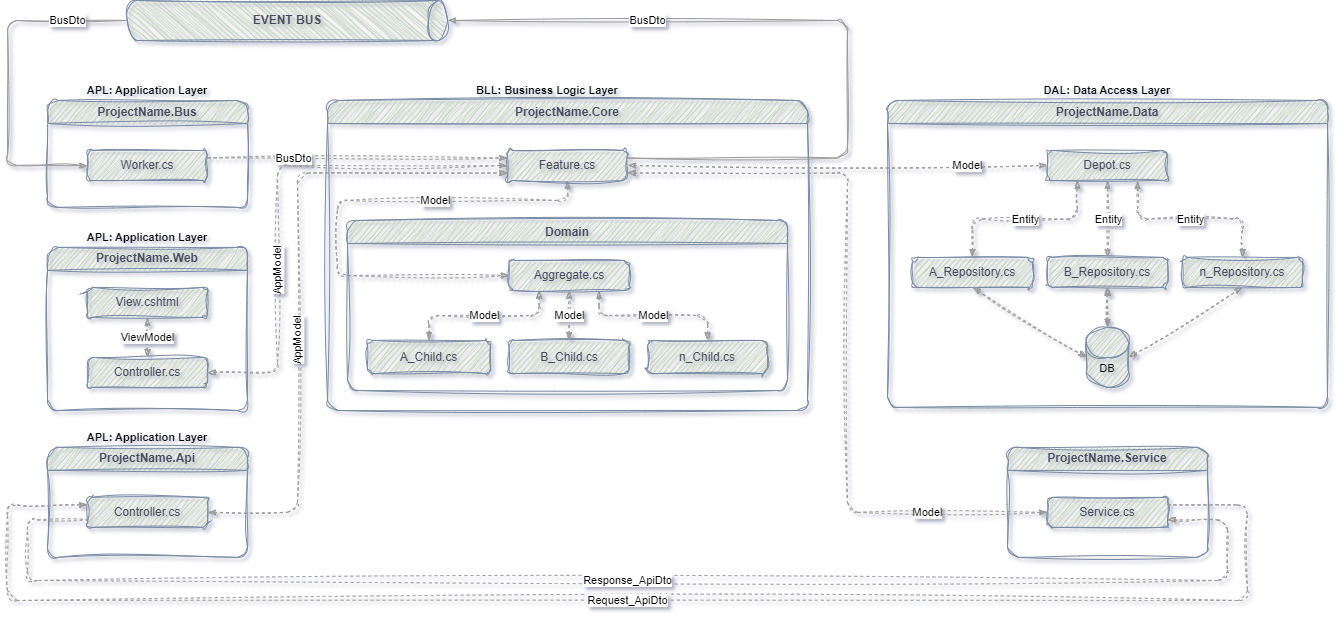
The draw.io diagram docs/SolutionArchitecture.png in iDoctor1977/MicroServicesTemplate, before a commit. Source tidied: cells renumbered, new cells last; positions are measured from the earlier drawing's top-left corner, leaving out a move shared by most shapes.
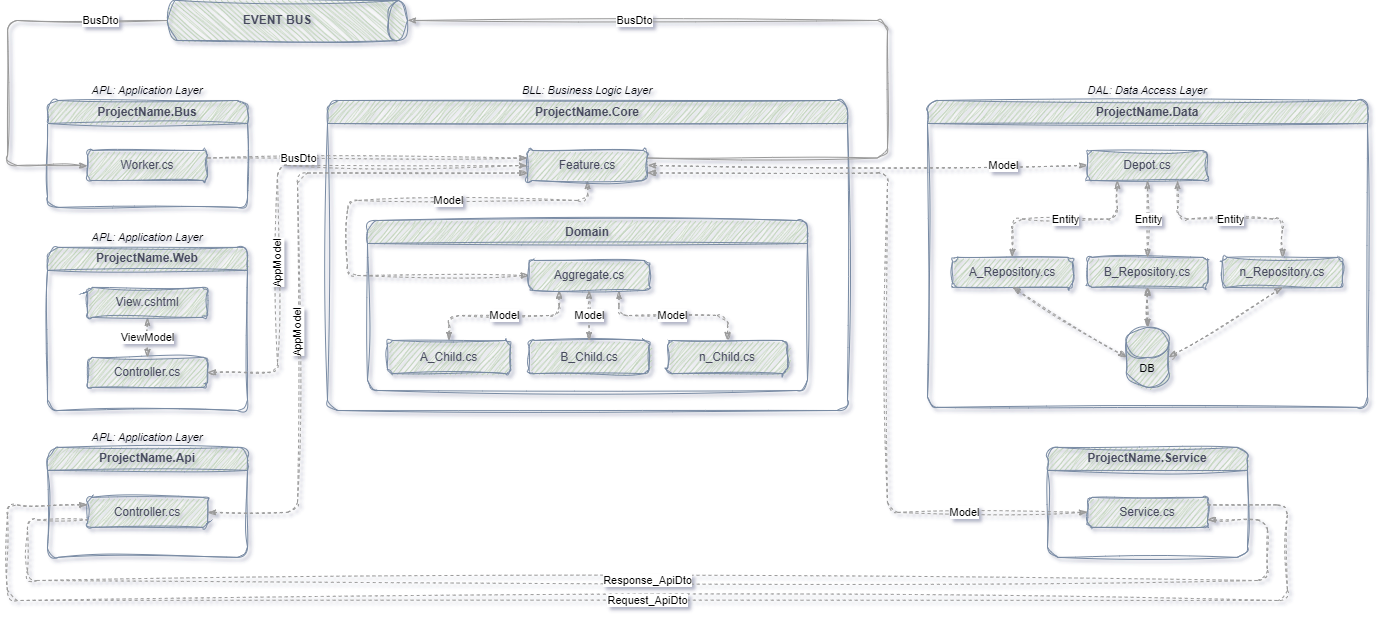
Later version of the same file.

Change to the diagram source:
```diff
@@ -9,25 +9,25 @@
       <mxGeometry x="40" y="50" width="120" height="30" as="geometry" />
     </mxCell>
     <mxCell id="4" value="ProjectName.Core" style="swimlane;whiteSpace=wrap;html=1;labelBackgroundColor=none;fillColor=#B2C9AB;strokeColor=#788AA3;fontColor=#46495D;rounded=1;fontFamily=Helvetica;sketch=1;curveFitting=1;jiggle=2;" parent="1" vertex="1">
-      <mxGeometry x="320" y="100" width="480" height="310" as="geometry" />
+      <mxGeometry x="320" y="100" width="520" height="310" as="geometry" />
     </mxCell>
     <mxCell id="5" value="Model" style="edgeStyle=orthogonalEdgeStyle;shape=connector;rounded=1;jettySize=auto;html=1;exitX=0.5;exitY=1;exitDx=0;exitDy=0;entryX=0;entryY=0.5;entryDx=0;entryDy=0;dashed=1;labelBackgroundColor=default;strokeColor=#999999;align=center;verticalAlign=middle;fontFamily=Helvetica;fontSize=11;fontColor=default;startArrow=classicThin;startFill=1;endArrow=classicThin;endFill=1;jumpStyle=none;sketch=1;curveFitting=1;jiggle=2;" parent="4" edge="1" source="6" target="11">
       <mxGeometry x="-0.39" relative="1" as="geometry">
         <Array as="points">
-          <mxPoint x="240" y="100" />
-          <mxPoint x="10" y="100" />
-          <mxPoint x="10" y="175" />
+          <mxPoint x="260" y="100" />
+          <mxPoint x="20" y="100" />
+          <mxPoint x="20" y="175" />
         </Array>
       </mxGeometry>
     </mxCell>
     <mxCell id="6" value="Feature.cs" style="rounded=1;whiteSpace=wrap;html=1;labelBackgroundColor=none;fillColor=#B2C9AB;strokeColor=#788AA3;fontColor=#46495D;fontFamily=Helvetica;sketch=1;curveFitting=1;jiggle=2;" parent="4" vertex="1">
-      <mxGeometry x="180" y="50" width="120" height="30" as="geometry" />
+      <mxGeometry x="200" y="50" width="120" height="30" as="geometry" />
     </mxCell>
     <mxCell id="7" style="edgeStyle=none;rounded=1;orthogonalLoop=1;jettySize=auto;html=1;exitX=0.5;exitY=0;exitDx=0;exitDy=0;dashed=1;labelBackgroundColor=none;strokeColor=#788AA3;fontColor=default;fontFamily=Helvetica;sketch=1;curveFitting=1;jiggle=2;" parent="4" edge="1" source="6" target="6">
       <mxGeometry relative="1" as="geometry" />
     </mxCell>
     <mxCell id="8" value="Domain" style="swimlane;whiteSpace=wrap;html=1;fillColor=#B2C9AB;strokeColor=#788AA3;labelBackgroundColor=none;fontColor=#46495D;rounded=1;fontFamily=Helvetica;align=center;labelPosition=center;verticalLabelPosition=middle;verticalAlign=middle;spacingLeft=0;swimlaneLine=1;sketch=1;curveFitting=1;jiggle=2;" parent="4" vertex="1">
-      <mxGeometry x="20" y="120" width="440" height="170" as="geometry" />
+      <mxGeometry x="40" y="120" width="440" height="170" as="geometry" />
     </mxCell>
     <mxCell id="9" value="Model" style="edgeStyle=orthogonalEdgeStyle;shape=connector;rounded=1;jettySize=auto;html=1;exitX=0.25;exitY=1;exitDx=0;exitDy=0;entryX=0.5;entryY=0;entryDx=0;entryDy=0;dashed=1;labelBackgroundColor=default;strokeColor=#999999;align=center;verticalAlign=middle;fontFamily=Helvetica;fontSize=11;fontColor=default;startArrow=classicThin;startFill=1;endArrow=classicThin;endFill=1;sketch=1;curveFitting=1;jiggle=2;" parent="8" edge="1" source="11" target="14">
       <mxGeometry relative="1" as="geometry" />
@@ -51,7 +51,7 @@
       <mxGeometry relative="1" as="geometry" />
     </mxCell>
     <mxCell id="16" value="ProjectName.Data" style="swimlane;whiteSpace=wrap;html=1;labelBackgroundColor=none;fillColor=#B2C9AB;strokeColor=#788AA3;fontColor=#46495D;rounded=1;fontFamily=Helvetica;sketch=1;curveFitting=1;jiggle=2;" parent="1" vertex="1">
-      <mxGeometry x="880" y="100" width="440" height="306.9" as="geometry" />
+      <mxGeometry x="920" y="100" width="440" height="306.9" as="geometry" />
     </mxCell>
     <mxCell id="17" value="Depot.cs" style="rounded=1;whiteSpace=wrap;html=1;labelBackgroundColor=none;fillColor=#B2C9AB;strokeColor=#788AA3;fontColor=#46495D;fillStyle=auto;fontFamily=Helvetica;sketch=1;curveFitting=1;jiggle=2;" parent="16" vertex="1">
       <mxGeometry x="160" y="50" width="120" height="30" as="geometry" />
@@ -110,21 +110,21 @@
       </mxGeometry>
     </mxCell>
     <mxCell id="34" style="shape=cylinder3;whiteSpace=wrap;html=1;boundedLbl=1;backgroundOutline=1;size=9.499999999999886;strokeColor=#788AA3;fontColor=#46495D;fillColor=#B2C9AB;direction=south;rounded=1;fontFamily=Helvetica;sketch=1;curveFitting=1;jiggle=2;" parent="1" vertex="1">
-      <mxGeometry x="120" width="320" height="40" as="geometry" />
+      <mxGeometry x="160" width="240" height="40" as="geometry" />
     </mxCell>
     <mxCell id="35" value="&lt;b&gt;EVENT BUS&lt;/b&gt;" style="text;html=1;strokeColor=none;fillColor=none;align=center;verticalAlign=middle;whiteSpace=wrap;rounded=1;fontColor=#46495D;glass=0;shadow=0;fontFamily=Helvetica;sketch=1;curveFitting=1;jiggle=2;" parent="1" vertex="1">
-      <mxGeometry x="240" y="5" width="80" height="30" as="geometry" />
+      <mxGeometry x="230" y="5" width="80" height="30" as="geometry" />
     </mxCell>
     <mxCell id="36" value="&lt;font&gt;ProjectName.Service&lt;/font&gt;" style="swimlane;whiteSpace=wrap;html=1;labelBackgroundColor=none;fillColor=#B2C9AB;strokeColor=#788AA3;fontColor=#46495D;rounded=1;fontFamily=Helvetica;sketch=1;curveFitting=1;jiggle=2;" parent="1" vertex="1">
-      <mxGeometry x="1000" y="446.9" width="200" height="110" as="geometry" />
+      <mxGeometry x="1040" y="446.9" width="200" height="110" as="geometry" />
     </mxCell>
     <mxCell id="37" value="Service.cs" style="rounded=1;whiteSpace=wrap;html=1;labelBackgroundColor=none;fillColor=#B2C9AB;strokeColor=#788AA3;fontColor=#46495D;fontFamily=Helvetica;sketch=1;curveFitting=1;jiggle=2;" parent="36" vertex="1">
       <mxGeometry x="40" y="50" width="120" height="30" as="geometry" />
     </mxCell>
     <mxCell id="38" style="edgeStyle=none;shape=connector;rounded=1;orthogonalLoop=1;jettySize=auto;html=1;exitX=0;exitY=0.5;exitDx=0;exitDy=0;dashed=1;labelBackgroundColor=default;strokeColor=#999999;align=center;verticalAlign=middle;fontFamily=Helvetica;fontSize=11;fontColor=default;startArrow=classicThin;startFill=1;endArrow=classicThin;endFill=1;sketch=1;curveFitting=1;jiggle=2;" parent="1" edge="1">
       <mxGeometry relative="1" as="geometry">
-        <mxPoint x="1240" y="451.9" as="sourcePoint" />
-        <mxPoint x="1240" y="451.9" as="targetPoint" />
+        <mxPoint x="1280" y="451.9" as="sourcePoint" />
+        <mxPoint x="1280" y="451.9" as="targetPoint" />
       </mxGeometry>
     </mxCell>
     <mxCell id="39" value="ProjectName.Web" style="swimlane;whiteSpace=wrap;html=1;fillColor=#B2C9AB;strokeColor=#788AA3;labelBackgroundColor=none;fontColor=#46495D;rounded=1;fontFamily=Helvetica;sketch=1;curveFitting=1;jiggle=2;" parent="1" vertex="1">
@@ -145,8 +145,8 @@
     <mxCell id="44" value="Model" style="edgeStyle=orthogonalEdgeStyle;shape=connector;rounded=1;jettySize=auto;html=1;exitX=1;exitY=0.75;exitDx=0;exitDy=0;entryX=0;entryY=0.5;entryDx=0;entryDy=0;dashed=1;labelBackgroundColor=default;strokeColor=#999999;align=center;verticalAlign=middle;fontFamily=Helvetica;fontSize=11;fontColor=default;startArrow=classicThin;startFill=1;endArrow=classicThin;endFill=1;horizontal=1;sketch=1;curveFitting=1;jiggle=2;" parent="1" edge="1" source="6" target="37">
       <mxGeometry x="0.68" relative="1" as="geometry">
         <Array as="points">
-          <mxPoint x="840" y="173" />
-          <mxPoint x="840" y="512" />
+          <mxPoint x="880" y="173" />
+          <mxPoint x="880" y="512" />
         </Array>
       </mxGeometry>
     </mxCell>
@@ -178,8 +178,8 @@
     <mxCell id="50" value="Request_ApiDto" style="edgeStyle=orthogonalEdgeStyle;shape=connector;rounded=1;jettySize=auto;html=1;exitX=1;exitY=0.25;exitDx=0;exitDy=0;entryX=0;entryY=0.25;entryDx=0;entryDy=0;dashed=1;labelBackgroundColor=default;strokeColor=#999999;align=center;verticalAlign=middle;fontFamily=Helvetica;fontSize=11;fontColor=default;startArrow=none;startFill=0;endArrow=classicThin;endFill=1;sketch=1;curveFitting=1;jiggle=2;" parent="1" edge="1" source="37" target="46">
       <mxGeometry relative="1" as="geometry">
         <Array as="points">
-          <mxPoint x="1240" y="504" />
-          <mxPoint x="1240" y="600" />
+          <mxPoint x="1280" y="504" />
+          <mxPoint x="1280" y="600" />
           <mxPoint y="600" />
           <mxPoint y="504" />
         </Array>
@@ -188,34 +188,34 @@
     <mxCell id="51" value="Response_ApiDto" style="edgeStyle=orthogonalEdgeStyle;shape=connector;rounded=1;jettySize=auto;html=1;exitX=1;exitY=0.75;exitDx=0;exitDy=0;entryX=0;entryY=0.75;entryDx=0;entryDy=0;dashed=1;labelBackgroundColor=default;strokeColor=#999999;align=center;verticalAlign=middle;fontFamily=Helvetica;fontSize=11;fontColor=default;startArrow=classicThin;startFill=1;endArrow=none;endFill=0;sketch=1;curveFitting=1;jiggle=2;" parent="1" edge="1" source="37" target="46">
       <mxGeometry relative="1" as="geometry">
         <Array as="points">
-          <mxPoint x="1220" y="519" />
-          <mxPoint x="1220" y="580" />
+          <mxPoint x="1260" y="519" />
+          <mxPoint x="1260" y="580" />
           <mxPoint x="20" y="580" />
           <mxPoint x="20" y="519" />
         </Array>
       </mxGeometry>
     </mxCell>
-    <mxCell id="52" value="BLL:&amp;nbsp;Business Logic Layer" style="text;strokeColor=none;align=center;fillColor=none;html=1;verticalAlign=middle;whiteSpace=wrap;rounded=1;fontSize=11;fontFamily=Helvetica;fontColor=default;fontStyle=1;sketch=1;curveFitting=1;jiggle=2;" parent="1" vertex="1">
-      <mxGeometry x="320" y="80" width="440" height="20" as="geometry" />
+    <mxCell id="52" value="BLL:&amp;nbsp;Business Logic Layer" style="text;strokeColor=none;align=center;fillColor=none;html=1;verticalAlign=middle;whiteSpace=wrap;rounded=1;fontSize=11;fontFamily=Helvetica;fontColor=default;fontStyle=2;sketch=1;curveFitting=1;jiggle=2;" parent="1" vertex="1">
+      <mxGeometry x="360" y="80" width="440" height="20" as="geometry" />
     </mxCell>
-    <mxCell id="53" value="DAL:&amp;nbsp;Data Access Layer" style="text;strokeColor=none;align=center;fillColor=none;html=1;verticalAlign=middle;whiteSpace=wrap;rounded=1;fontSize=11;fontFamily=Helvetica;fontColor=default;fontStyle=1;sketch=1;curveFitting=1;jiggle=2;" parent="1" vertex="1">
-      <mxGeometry x="880" y="80" width="440" height="20" as="geometry" />
+    <mxCell id="53" value="DAL:&amp;nbsp;Data Access Layer" style="text;strokeColor=none;align=center;fillColor=none;html=1;verticalAlign=middle;whiteSpace=wrap;rounded=1;fontSize=11;fontFamily=Helvetica;fontColor=default;fontStyle=2;sketch=1;curveFitting=1;jiggle=2;" parent="1" vertex="1">
+      <mxGeometry x="920" y="80" width="440" height="20" as="geometry" />
     </mxCell>
-    <mxCell id="54" value="APL:&amp;nbsp;Application Layer" style="text;strokeColor=none;align=center;fillColor=none;html=1;verticalAlign=middle;whiteSpace=wrap;rounded=1;fontSize=11;fontFamily=Helvetica;fontColor=default;fontStyle=1;sketch=1;curveFitting=1;jiggle=2;" parent="1" vertex="1">
+    <mxCell id="54" value="APL:&amp;nbsp;Application Layer" style="text;strokeColor=none;align=center;fillColor=none;html=1;verticalAlign=middle;whiteSpace=wrap;rounded=1;fontSize=11;fontFamily=Helvetica;fontColor=default;fontStyle=2;sketch=1;curveFitting=1;jiggle=2;" parent="1" vertex="1">
       <mxGeometry x="40" y="226.9" width="200" height="20" as="geometry" />
     </mxCell>
     <mxCell id="55" value="BusDto" style="edgeStyle=orthogonalEdgeStyle;shape=connector;rounded=1;jettySize=auto;html=1;exitX=1;exitY=0.25;exitDx=0;exitDy=0;entryX=0.5;entryY=0;entryDx=0;entryDy=0;entryPerimeter=0;labelBackgroundColor=default;strokeColor=#999999;align=center;verticalAlign=middle;fontFamily=Helvetica;fontSize=11;fontColor=default;startArrow=none;startFill=0;endArrow=classicThin;endFill=1;sketch=1;curveFitting=1;jiggle=2;" parent="1" edge="1" source="6" target="34">
       <mxGeometry x="0.47" relative="1" as="geometry">
         <Array as="points">
-          <mxPoint x="840" y="158" />
-          <mxPoint x="840" y="20" />
+          <mxPoint x="880" y="158" />
+          <mxPoint x="880" y="20" />
         </Array>
       </mxGeometry>
     </mxCell>
-    <mxCell id="56" value="APL:&amp;nbsp;Application Layer" style="text;strokeColor=none;align=center;fillColor=none;html=1;verticalAlign=middle;whiteSpace=wrap;rounded=1;fontSize=11;fontFamily=Helvetica;fontColor=default;fontStyle=1;sketch=1;curveFitting=1;jiggle=2;" parent="1" vertex="1">
+    <mxCell id="56" value="APL:&amp;nbsp;Application Layer" style="text;strokeColor=none;align=center;fillColor=none;html=1;verticalAlign=middle;whiteSpace=wrap;rounded=1;fontSize=11;fontFamily=Helvetica;fontColor=default;fontStyle=2;sketch=1;curveFitting=1;jiggle=2;" parent="1" vertex="1">
       <mxGeometry x="40" y="426.9" width="200" height="20" as="geometry" />
     </mxCell>
-    <mxCell id="57" value="APL:&amp;nbsp;Application Layer" style="text;strokeColor=none;align=center;fillColor=none;html=1;verticalAlign=middle;whiteSpace=wrap;rounded=1;fontSize=11;fontFamily=Helvetica;fontColor=default;fontStyle=1;sketch=1;curveFitting=1;jiggle=2;" parent="1" vertex="1">
+    <mxCell id="57" value="APL:&amp;nbsp;Application Layer" style="text;strokeColor=none;align=center;fillColor=none;html=1;verticalAlign=middle;whiteSpace=wrap;rounded=1;fontSize=11;fontFamily=Helvetica;fontColor=default;fontStyle=2;sketch=1;curveFitting=1;jiggle=2;" parent="1" vertex="1">
       <mxGeometry x="40" y="80" width="200" height="20" as="geometry" />
     </mxCell>
   </root>
```
